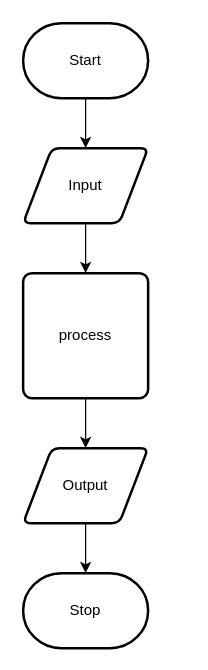
Above: design/flow-chart.drawio in Allen-Li-hub/ICS2O-Unit3-03-Volume-of-Sphere (draw.io), before the change. Source tidied: cells renumbered, new cells numbered last; positions are measured from the earlier drawing's top-left corner, leaving out a move shared by most shapes. Both pictures are drawn from the tidied source at 125%, with x=0, y=0 at pixel (22, 22).
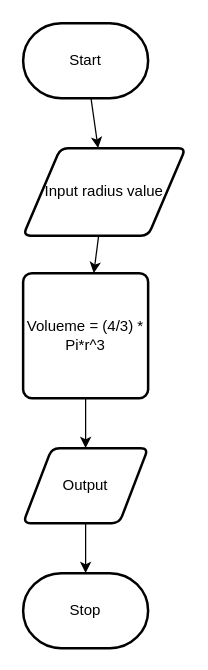
The same page after the edit.

Change to the diagram source:
```diff
@@
 <mxGraphModel>
   <root>
     <mxCell id="0" />
     <mxCell id="1" parent="0" />
     <mxCell id="2" style="edgeStyle=none;html=1;" parent="1" edge="1" source="3" target="5">
       <mxGeometry relative="1" as="geometry" />
     </mxCell>
     <mxCell id="3" value="Start" style="strokeWidth=2;html=1;shape=mxgraph.flowchart.terminator;whiteSpace=wrap;" parent="1" vertex="1">
       <mxGeometry width="100" height="60" as="geometry" />
     </mxCell>
     <mxCell id="4" style="edgeStyle=none;html=1;" parent="1" edge="1" source="5" target="7">
       <mxGeometry relative="1" as="geometry" />
     </mxCell>
-    <mxCell id="5" value="Input" style="shape=parallelogram;html=1;strokeWidth=2;perimeter=parallelogramPerimeter;whiteSpace=wrap;rounded=1;arcSize=12;size=0.23;" parent="1" vertex="1">
-      <mxGeometry y="100" width="100" height="60" as="geometry" />
+    <mxCell id="5" value="Input radius value" style="shape=parallelogram;html=1;strokeWidth=2;perimeter=parallelogramPerimeter;whiteSpace=wrap;rounded=1;arcSize=12;size=0.23;" parent="1" vertex="1">
+      <mxGeometry y="100" width="130" height="70" as="geometry" />
     </mxCell>
     <mxCell id="6" style="edgeStyle=none;html=1;" parent="1" edge="1" source="7" target="9">
       <mxGeometry relative="1" as="geometry" />
     </mxCell>
-    <mxCell id="7" value="process" style="rounded=1;whiteSpace=wrap;html=1;absoluteArcSize=1;arcSize=14;strokeWidth=2;" parent="1" vertex="1">
+    <mxCell id="7" value="Volueme = (4/3) * Pi*r^3" style="rounded=1;whiteSpace=wrap;html=1;absoluteArcSize=1;arcSize=14;strokeWidth=2;" parent="1" vertex="1">
       <mxGeometry y="200" width="100" height="100" as="geometry" />
     </mxCell>
     <mxCell id="8" style="edgeStyle=none;html=1;" parent="1" edge="1" source="9" target="10">
       <mxGeometry relative="1" as="geometry" />
     </mxCell>
     <mxCell id="9" value="Output" style="shape=parallelogram;html=1;strokeWidth=2;perimeter=parallelogramPerimeter;whiteSpace=wrap;rounded=1;arcSize=12;size=0.23;" parent="1" vertex="1">
       <mxGeometry y="340" width="100" height="60" as="geometry" />
     </mxCell>
     <mxCell id="10" value="Stop" style="strokeWidth=2;html=1;shape=mxgraph.flowchart.terminator;whiteSpace=wrap;" parent="1" vertex="1">
       <mxGeometry y="440" width="100" height="60" as="geometry" />
     </mxCell>
   </root>
 </mxGraphModel>
```
